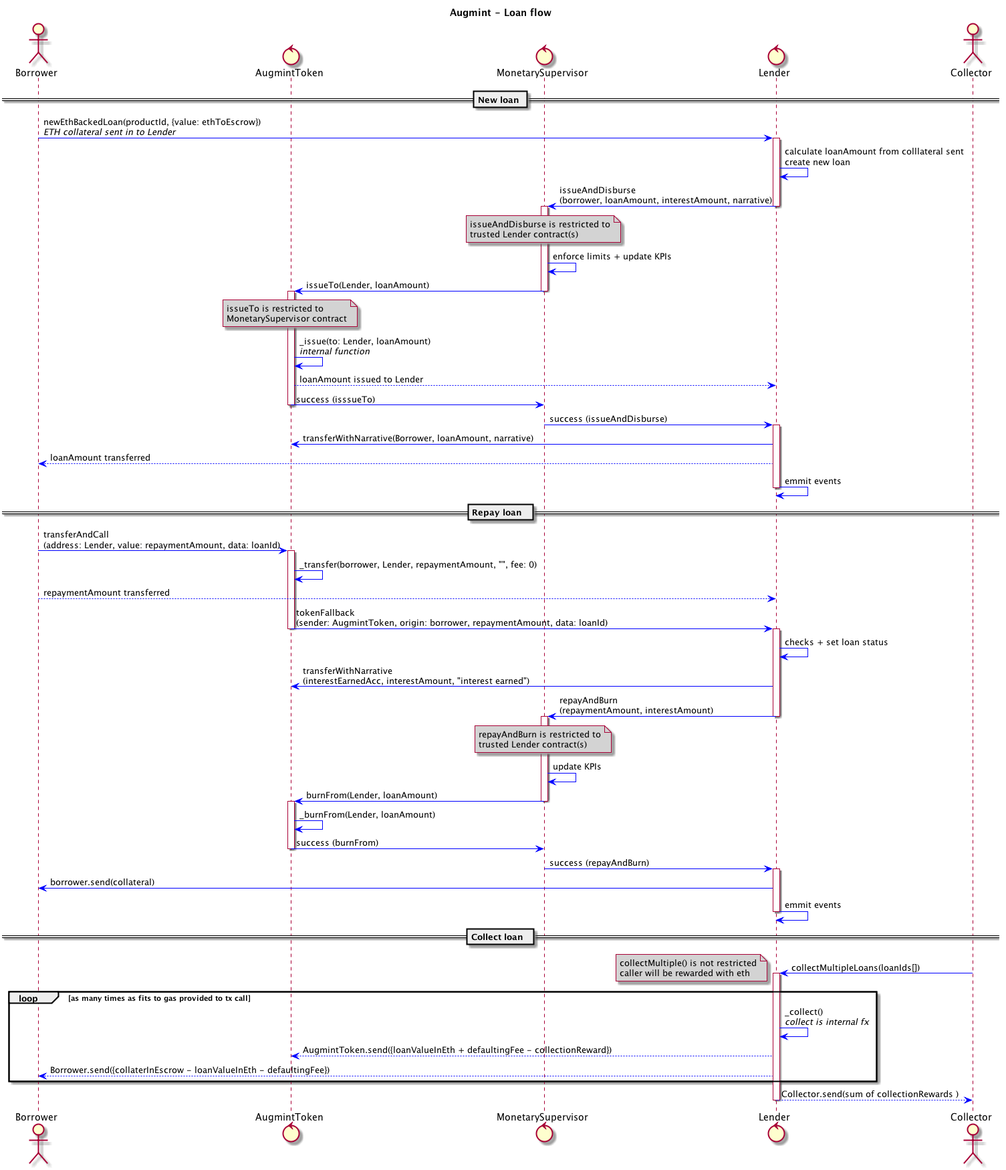
Before: docs/loanFlow.png, a diagram exported from PlantUML (Augmint/augmint-contracts).
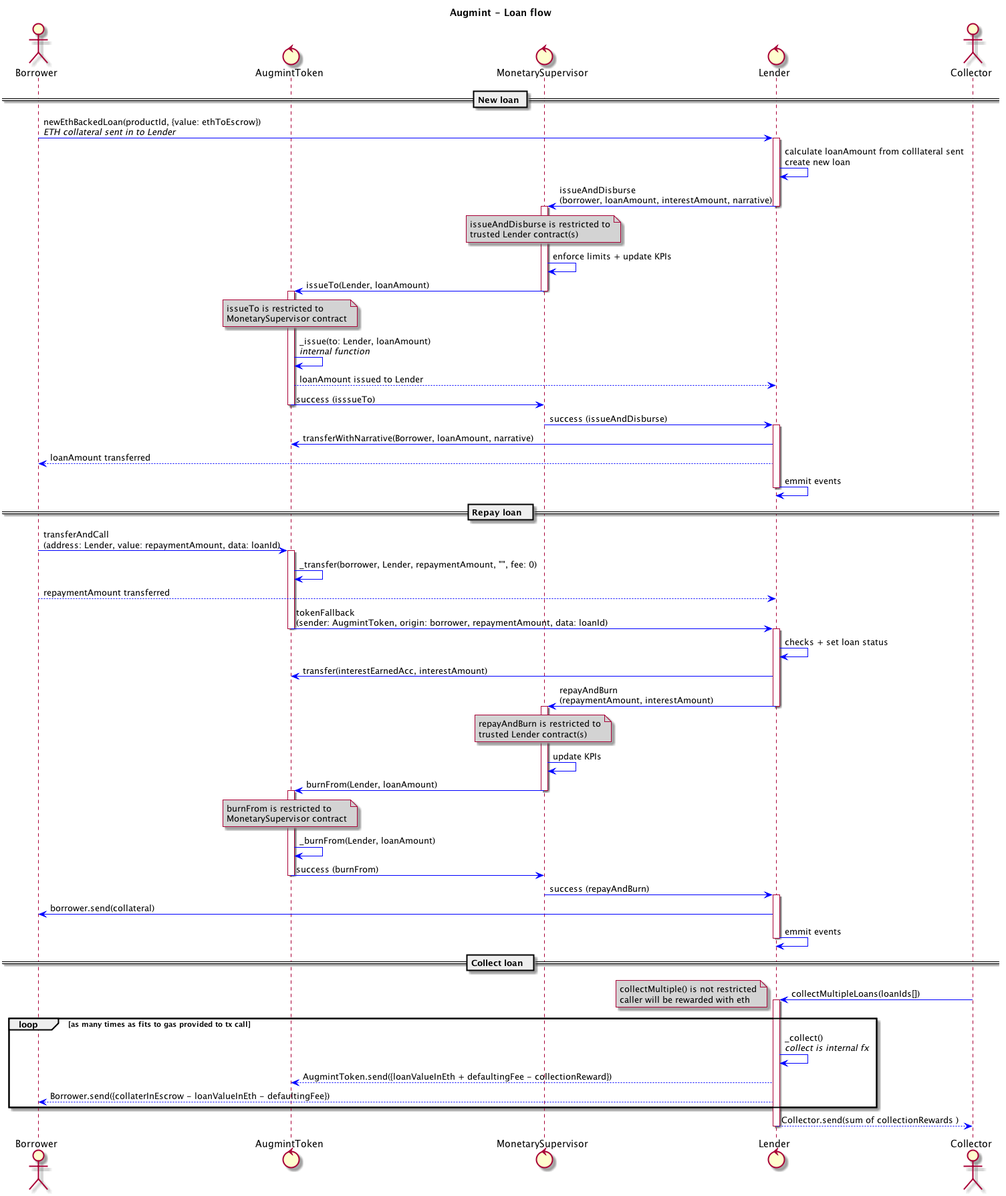
The same file after the commit.

Commit message:
replaced transferWithNarrative with standard transfer for interest transfer

The edit, as a diff of the source:
```diff
@@ -56,7 +56,7 @@
 
 activate Lender
     Lender -> Lender : checks + set loan status
-    Lender -> AugmintToken : transferWithNarrative\n(interestEarnedAcc, interestAmount, "interest earned")
+    Lender -> AugmintToken : transfer(interestEarnedAcc, interestAmount)
     Lender -> MonetarySupervisor : repayAndBurn\n(repaymentAmount, interestAmount)
     note over MonetarySupervisor
         repayAndBurn is restricted to
@@ -67,6 +67,10 @@
 activate MonetarySupervisor
     MonetarySupervisor -> MonetarySupervisor : update KPIs
     MonetarySupervisor -> AugmintToken : burnFrom(Lender, loanAmount)
+    note over AugmintToken
+        burnFrom is restricted to
+        MonetarySupervisor contract
+    end note
 deactivate MonetarySupervisor
 
 activate AugmintToken
```
